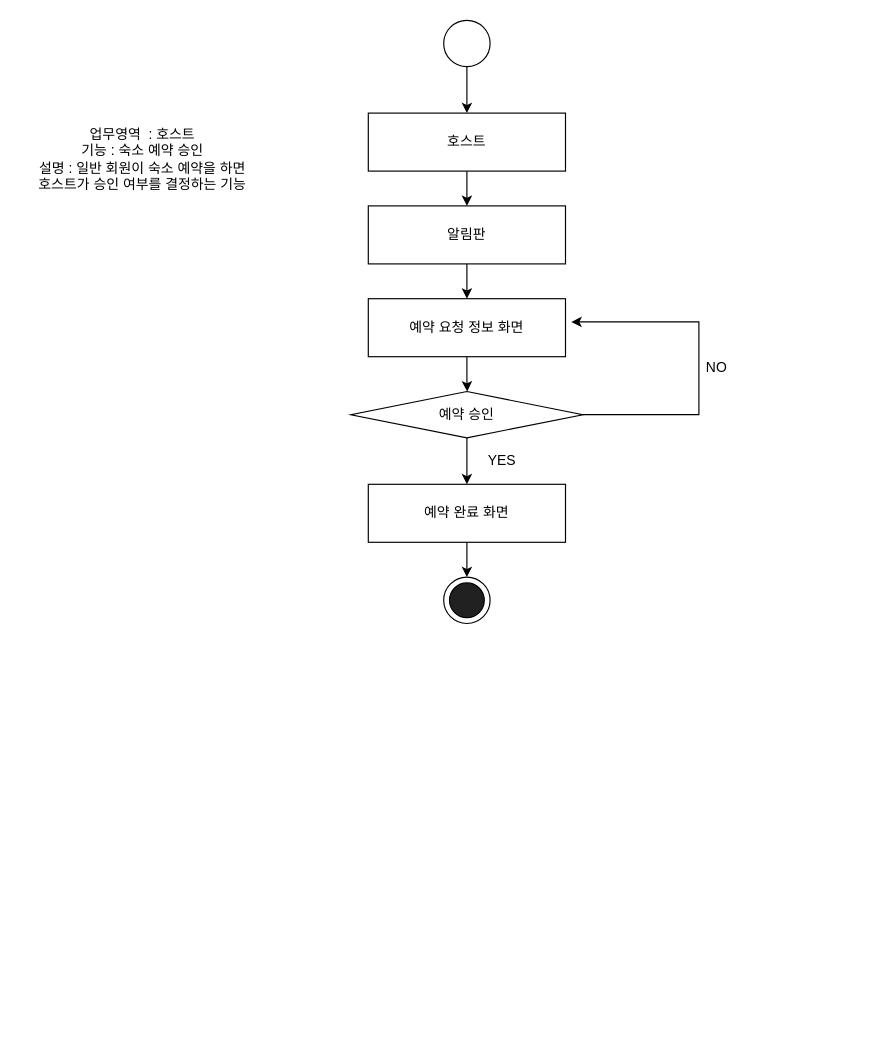
snowskyblue/- keeps this draw.io diagram as 네비게이션 흐름도/예약승인.drawio. Above is the earlier version. Source tidied: cells renumbered, new cells numbered last; positions are measured from the earlier drawing's top-left corner, leaving out a move shared by most shapes. Both pictures are drawn from the tidied source at 116%, with x=0, y=0 at pixel (20, 20).
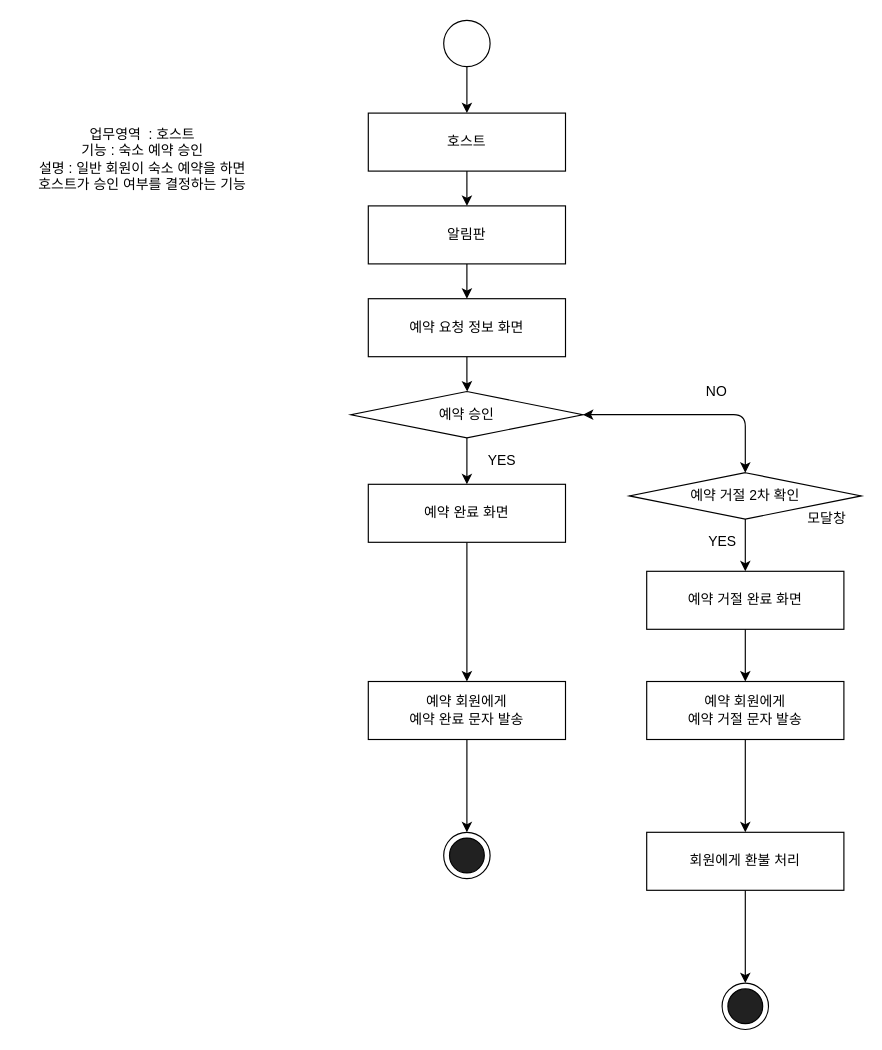
Above is the later version.

The change refers to these unchanged cells:
```xml
<mxCell id="12" value="예약 승인" style="rhombus;whiteSpace=wrap;html=1;" parent="1" vertex="1">
  <mxGeometry x="285" y="320" width="200" height="40" as="geometry" />
</mxCell>
<mxCell id="14" value="예약 완료 화면" style="rounded=0;whiteSpace=wrap;html=1;" parent="1" vertex="1">
  <mxGeometry x="300" y="400" width="170" height="50" as="geometry" />
</mxCell>
```

The edit, as a diff of the source:
```diff
@@
-    <mxCell id="11" style="edgeStyle=orthogonalEdgeStyle;rounded=0;jettySize=auto;html=1;" parent="1" edge="1" source="12">
-      <mxGeometry relative="1" as="geometry">
-        <mxPoint x="475" y="260" as="targetPoint" />
-        <Array as="points">
-          <mxPoint x="585" y="340" />
-          <mxPoint x="585" y="260" />
-        </Array>
-      </mxGeometry>
-    </mxCell>
@@
-    <mxCell id="13" style="edgeStyle=orthogonalEdgeStyle;rounded=0;jettySize=auto;html=1;" parent="1" edge="1" source="14">
-      <mxGeometry relative="1" as="geometry">
-        <mxPoint x="385" y="480" as="targetPoint" />
-      </mxGeometry>
-    </mxCell>
+    <mxCell id="20" style="edgeStyle=orthogonalEdgeStyle;rounded=0;jettySize=auto;html=1;" parent="1" edge="1" source="14" target="22">
+      <mxGeometry relative="1" as="geometry" />
+    </mxCell>
@@
+    <mxCell id="21" style="edgeStyle=orthogonalEdgeStyle;rounded=0;jettySize=auto;html=1;" parent="1" edge="1" source="22">
+      <mxGeometry relative="1" as="geometry">
+        <mxPoint x="385" y="700" as="targetPoint" />
+      </mxGeometry>
+    </mxCell>
+    <mxCell id="22" value="예약 회원에게&lt;br&gt;예약 완료 문자 발송" style="rounded=0;whiteSpace=wrap;html=1;" parent="1" vertex="1">
+      <mxGeometry x="300" y="570" width="170" height="50" as="geometry" />
+    </mxCell>
@@
     <mxCell id="16" value="NO" style="text;html=1;align=center;verticalAlign=middle;" parent="1" vertex="1">
-      <mxGeometry x="585" y="290" width="30" height="20" as="geometry" />
+      <mxGeometry x="585" y="310" width="30" height="20" as="geometry" />
     </mxCell>
-    <mxCell id="17" style="ellipse;whiteSpace=wrap;html=1;" parent="1" vertex="1">
-      <mxGeometry x="365" y="480" width="40" height="40" as="geometry" />
-    </mxCell>
-    <mxCell id="18" style="ellipse;whiteSpace=wrap;html=1;fillColor=#212121;" parent="1" vertex="1">
-      <mxGeometry x="370" y="485" width="30" height="30" as="geometry" />
-    </mxCell>
@@
+    <mxCell id="23" style="edgeStyle=orthogonalEdgeStyle;rounded=0;jettySize=auto;html=1;" parent="1" edge="1" source="24" target="26">
+      <mxGeometry relative="1" as="geometry" />
+    </mxCell>
+    <mxCell id="24" value="예약 거절 완료 화면" style="rounded=0;whiteSpace=wrap;html=1;" parent="1" vertex="1">
+      <mxGeometry x="540" y="475" width="170" height="50" as="geometry" />
+    </mxCell>
+    <mxCell id="25" style="edgeStyle=orthogonalEdgeStyle;rounded=0;jettySize=auto;html=1;" parent="1" edge="1" source="26">
+      <mxGeometry relative="1" as="geometry">
+        <mxPoint x="625" y="700" as="targetPoint" />
+      </mxGeometry>
+    </mxCell>
+    <mxCell id="26" value="예약 회원에게&lt;br&gt;예약 거절 문자 발송" style="rounded=0;whiteSpace=wrap;html=1;" parent="1" vertex="1">
+      <mxGeometry x="540" y="570" width="170" height="50" as="geometry" />
+    </mxCell>
+    <mxCell id="27" style="edgeStyle=orthogonalEdgeStyle;rounded=0;jettySize=auto;html=1;" parent="1" edge="1" source="28" target="24">
+      <mxGeometry relative="1" as="geometry" />
+    </mxCell>
+    <mxCell id="28" value="예약 거절 2차 확인" style="rhombus;whiteSpace=wrap;html=1;" parent="1" vertex="1">
+      <mxGeometry x="525" y="390" width="200" height="40" as="geometry" />
+    </mxCell>
+    <mxCell id="29" value="YES" style="text;html=1;align=center;verticalAlign=middle;" parent="1" vertex="1">
+      <mxGeometry x="585" y="440" width="40" height="20" as="geometry" />
+    </mxCell>
+    <mxCell id="30" value="모달창" style="text;html=1;align=center;verticalAlign=middle;" parent="1" vertex="1">
+      <mxGeometry x="670" y="420" width="50" height="20" as="geometry" />
+    </mxCell>
+    <mxCell id="31" style="endArrow=classic;startArrow=classic;html=1;entryX=0.5;entryY=0;entryDx=0;entryDy=0;" parent="1" edge="1" target="28">
+      <mxGeometry relative="1" as="geometry">
+        <mxPoint x="485" y="340" as="sourcePoint" />
+        <Array as="points">
+          <mxPoint x="625" y="340" />
+        </Array>
+      </mxGeometry>
+    </mxCell>
+    <mxCell id="32" style="edgeStyle=orthogonalEdgeStyle;rounded=0;jettySize=auto;html=1;" parent="1" edge="1" source="33">
+      <mxGeometry relative="1" as="geometry">
+        <mxPoint x="625" y="830" as="targetPoint" />
+      </mxGeometry>
+    </mxCell>
+    <mxCell id="33" value="회원에게 환불 처리" style="rounded=0;whiteSpace=wrap;html=1;" parent="1" vertex="1">
+      <mxGeometry x="540" y="700" width="170" height="50" as="geometry" />
+    </mxCell>
+    <mxCell id="34" style="group;" parent="1" vertex="1">
+      <mxGeometry x="365" y="700" width="40" height="40" as="geometry" />
+    </mxCell>
+    <mxCell id="35" style="group;" parent="34" vertex="1">
+      <mxGeometry width="40" height="40" as="geometry" />
+    </mxCell>
+    <mxCell id="36" style="ellipse;whiteSpace=wrap;html=1;" parent="35" vertex="1">
+      <mxGeometry width="40" height="40" as="geometry" />
+    </mxCell>
+    <mxCell id="37" style="ellipse;whiteSpace=wrap;html=1;fillColor=#212121;" parent="35" vertex="1">
+      <mxGeometry x="5" y="5" width="30" height="30" as="geometry" />
+    </mxCell>
+    <mxCell id="38" style="group;" parent="1" vertex="1">
+      <mxGeometry x="605" y="830" width="40" height="40" as="geometry" />
+    </mxCell>
+    <mxCell id="39" style="group;" parent="38" vertex="1">
+      <mxGeometry width="40" height="40" as="geometry" />
+    </mxCell>
+    <mxCell id="40" style="ellipse;whiteSpace=wrap;html=1;" parent="39" vertex="1">
+      <mxGeometry width="40" height="40" as="geometry" />
+    </mxCell>
+    <mxCell id="41" style="ellipse;whiteSpace=wrap;html=1;fillColor=#212121;" parent="39" vertex="1">
+      <mxGeometry x="5" y="5" width="30" height="30" as="geometry" />
+    </mxCell>
```
